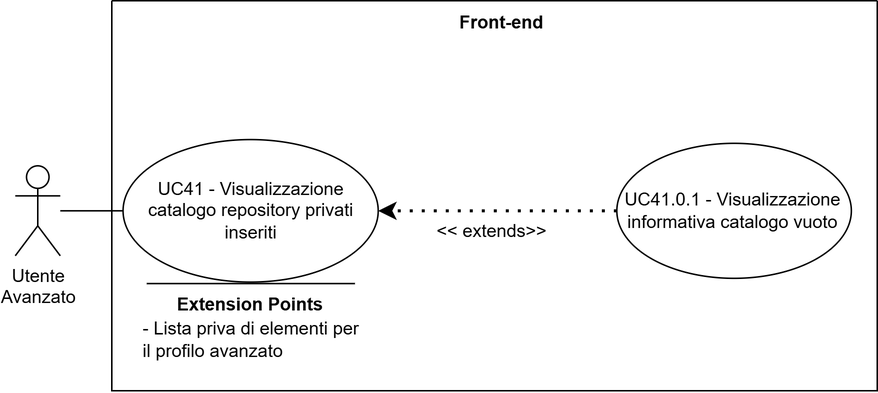
Earlier version of the draw.io export assets/diagrams/UC41.png (SkarabGroup/DocumentazioneProgetto). Source tidied: cells renumbered, new cells last; positions are measured from the earlier drawing's top-left corner, leaving out a move shared by most shapes.
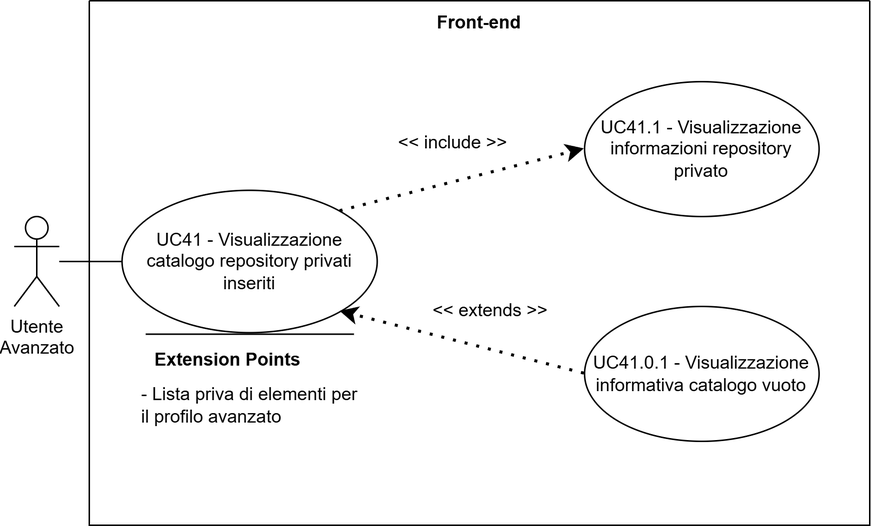
After the commit.

Change to the diagram source:
```diff
@@ -3,40 +3,49 @@
     <mxCell id="0" />
     <mxCell id="1" parent="0" />
     <mxCell id="2" style="swimlane;startSize=0;" parent="1" vertex="1">
-      <mxGeometry x="64" width="510" height="260" as="geometry" />
+      <mxGeometry x="64" width="520" height="350" as="geometry" />
     </mxCell>
     <mxCell id="3" value="Front-end" style="text;html=1;whiteSpace=wrap;strokeColor=none;fillColor=none;align=center;verticalAlign=middle;rounded=0;perimeterSpacing=1;fontStyle=1;" parent="2" vertex="1">
       <mxGeometry x="230" width="60" height="30" as="geometry" />
     </mxCell>
     <mxCell id="4" value="UC41 - Visualizzazione catalogo repository privati inseriti" style="ellipse;whiteSpace=wrap;html=1;" parent="2" vertex="1">
-      <mxGeometry x="7.5" y="92.5" width="170" height="95" as="geometry" />
+      <mxGeometry x="21.8" y="126.5" width="170" height="95" as="geometry" />
     </mxCell>
     <mxCell id="5" value="UC41.0.1 - Visualizzazione informativa catalogo vuoto" style="ellipse;whiteSpace=wrap;html=1;" parent="2" vertex="1">
-      <mxGeometry x="336.5" y="95.1" width="156.2" height="90" as="geometry" />
+      <mxGeometry x="330" y="204" width="156.2" height="90" as="geometry" />
     </mxCell>
-    <mxCell id="6" style="endArrow=classic;dashed=1;html=1;dashPattern=1 3;strokeWidth=2;rounded=0;strokeColor=default;curved=0;endFill=1;endSize=6;entryX=1;entryY=0.5;entryDx=0;entryDy=0;exitX=0;exitY=0.5;exitDx=0;exitDy=0;" parent="2" edge="1" source="5" target="4">
+    <mxCell id="6" style="endArrow=classic;dashed=1;html=1;dashPattern=1 3;strokeWidth=2;rounded=0;strokeColor=default;curved=0;endFill=1;endSize=6;entryX=1;entryY=1;entryDx=0;entryDy=0;exitX=0;exitY=0.5;exitDx=0;exitDy=0;" parent="2" edge="1" source="5" target="4">
       <mxGeometry relative="1" as="geometry" />
     </mxCell>
-    <mxCell id="7" value="&amp;lt;&amp;lt; extends&amp;gt;&amp;gt;" style="text;html=1;whiteSpace=wrap;strokeColor=none;fillColor=none;align=center;verticalAlign=middle;rounded=0;" parent="2" vertex="1">
-      <mxGeometry x="206" y="139" width="95" height="30" as="geometry" />
+    <mxCell id="7" value="&amp;lt;&amp;lt; extends &amp;gt;&amp;gt;" style="text;html=1;whiteSpace=wrap;strokeColor=none;fillColor=none;align=center;verticalAlign=middle;rounded=0;" parent="2" vertex="1">
+      <mxGeometry x="220" y="191.5" width="95" height="30" as="geometry" />
     </mxCell>
     <mxCell id="8" value="&lt;div&gt;Utente&lt;/div&gt;&lt;div&gt;&lt;span style=&quot;background-color: transparent; color: light-dark(rgb(0, 0, 0), rgb(255, 255, 255));&quot;&gt;Avanzato&lt;/span&gt;&lt;/div&gt;" style="shape=umlActor;verticalLabelPosition=bottom;verticalAlign=top;html=1;outlineConnect=0;" parent="2" vertex="1">
-      <mxGeometry x="-64.3" y="110" width="30" height="60" as="geometry" />
+      <mxGeometry x="-50" y="144" width="30" height="60" as="geometry" />
     </mxCell>
     <mxCell id="9" style="endArrow=none;html=1;rounded=0;entryX=0;entryY=0.5;entryDx=0;entryDy=0;" parent="2" edge="1" source="8" target="4">
       <mxGeometry relative="1" as="geometry" />
     </mxCell>
     <mxCell id="10" style="endArrow=none;html=1;rounded=0;" parent="2" edge="1">
       <mxGeometry relative="1" as="geometry">
-        <mxPoint x="162" y="188.6" as="sourcePoint" />
-        <mxPoint x="23.2" y="188.6" as="targetPoint" />
+        <mxPoint x="176.3" y="222.5" as="sourcePoint" />
+        <mxPoint x="37.6" y="222.5" as="targetPoint" />
       </mxGeometry>
     </mxCell>
     <mxCell id="11" value="&lt;b&gt;Extension Points&lt;/b&gt;" style="text;html=1;whiteSpace=wrap;strokeColor=none;fillColor=none;align=center;verticalAlign=middle;rounded=0;strokeWidth=5;" parent="2" vertex="1">
-      <mxGeometry x="35" y="187.6" width="115" height="30" as="geometry" />
+      <mxGeometry x="35" y="225" width="115" height="30" as="geometry" />
     </mxCell>
     <mxCell id="12" value="- Lista priva di elementi per il profilo avanzato" style="text;html=1;whiteSpace=wrap;strokeColor=none;fillColor=none;align=left;verticalAlign=middle;rounded=0;" parent="2" vertex="1">
-      <mxGeometry x="19" y="212.6" width="147" height="27.4" as="geometry" />
+      <mxGeometry x="33" y="256" width="147" height="27.4" as="geometry" />
     </mxCell>
+    <mxCell id="13" value="UC41.1 - Visualizzazione informazioni repository privato" style="ellipse;whiteSpace=wrap;html=1;" parent="2" vertex="1">
+      <mxGeometry x="330" y="54" width="156.2" height="90" as="geometry" />
+    </mxCell>
+    <mxCell id="14" style="endArrow=classic;dashed=1;html=1;dashPattern=1 3;strokeWidth=2;rounded=0;strokeColor=default;curved=0;endFill=1;endSize=6;entryX=0;entryY=0.5;entryDx=0;entryDy=0;exitX=1;exitY=0;exitDx=0;exitDy=0;" parent="2" edge="1" source="4" target="13">
+      <mxGeometry relative="1" as="geometry" />
+    </mxCell>
+    <mxCell id="15" value="&amp;lt;&amp;lt; include &amp;gt;&amp;gt;" style="text;html=1;whiteSpace=wrap;strokeColor=none;fillColor=none;align=center;verticalAlign=middle;rounded=0;" parent="2" vertex="1">
+      <mxGeometry x="195" y="80" width="95" height="30" as="geometry" />
+    </mxCell>
   </root>
 </mxGraphModel>
```
